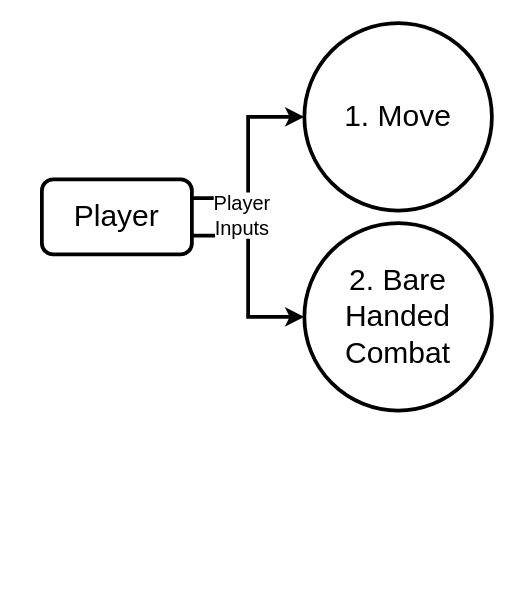
This is Pictures/dataflow/1.3.4.3.drawio from FM-Man/SPL_2, a draw.io file, before an edit. Source tidied: cells renumbered, new cells numbered last; positions are measured from the earlier drawing's top-left corner, leaving out a move shared by most shapes. Both pictures are drawn from the tidied source at 125%, with x=0, y=0 at pixel (41, 22).
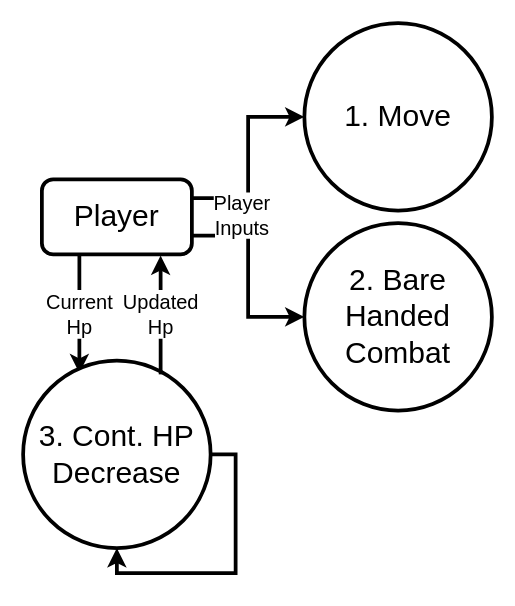
The same diagram, later.

The edit, as a diff of the source:
```diff
@@
 <mxGraphModel>
   <root>
     <mxCell id="0" />
     <mxCell id="1" parent="0" />
     <mxCell id="2" value="&lt;div&gt;1. Move&lt;/div&gt;" style="ellipse;whiteSpace=wrap;html=1;fontSize=24;strokeWidth=3;" parent="1" vertex="1">
       <mxGeometry x="210" width="150" height="150" as="geometry" />
     </mxCell>
     <mxCell id="3" style="edgeStyle=orthogonalEdgeStyle;rounded=0;jettySize=auto;html=1;exitX=1;exitY=0.25;exitDx=0;exitDy=0;entryX=0;entryY=0.5;entryDx=0;entryDy=0;strokeWidth=3;" parent="1" edge="1" source="5" target="2">
       <mxGeometry relative="1" as="geometry" />
     </mxCell>
     <mxCell id="4" style="edgeStyle=orthogonalEdgeStyle;rounded=0;jettySize=auto;html=1;exitX=1;exitY=0.75;exitDx=0;exitDy=0;entryX=0;entryY=0.5;entryDx=0;entryDy=0;strokeWidth=3;" parent="1" edge="1" source="5" target="6">
       <mxGeometry relative="1" as="geometry" />
     </mxCell>
+    <mxCell id="8" value="&lt;div&gt;Current&lt;/div&gt;&lt;div&gt;Hp&lt;/div&gt;" style="edgeStyle=orthogonalEdgeStyle;rounded=0;jettySize=auto;html=1;exitX=0.25;exitY=1;exitDx=0;exitDy=0;entryX=0.3;entryY=0.067;entryDx=0;entryDy=0;entryPerimeter=0;fontSize=16;strokeWidth=3;" parent="1" edge="1" source="5" target="9">
+      <mxGeometry relative="1" as="geometry" />
+    </mxCell>
     <mxCell id="5" value="&lt;font style=&quot;font-size: 24px&quot;&gt;Player&lt;/font&gt;" style="rounded=1;whiteSpace=wrap;html=1;strokeWidth=3;" parent="1" vertex="1">
       <mxGeometry y="125" width="120" height="60" as="geometry" />
     </mxCell>
     <mxCell id="6" value="&lt;div&gt;2. Bare Handed Combat&lt;br&gt;&lt;/div&gt;" style="ellipse;whiteSpace=wrap;html=1;fontSize=24;strokeWidth=3;" parent="1" vertex="1">
       <mxGeometry x="210" y="160" width="150" height="150" as="geometry" />
     </mxCell>
     <mxCell id="7" value="&lt;div style=&quot;font-size: 16px&quot;&gt;&lt;font style=&quot;font-size: 16px&quot;&gt;&lt;span style=&quot;background-color: rgb(255 , 255 , 255)&quot;&gt;Player&lt;/span&gt;&lt;/font&gt;&lt;/div&gt;&lt;div style=&quot;font-size: 16px&quot;&gt;&lt;font style=&quot;font-size: 16px&quot;&gt;&lt;span style=&quot;background-color: rgb(255 , 255 , 255)&quot;&gt;Inputs&lt;/span&gt;&lt;/font&gt;&lt;br&gt;&lt;/div&gt;" style="text;html=1;align=center;verticalAlign=middle;strokeColor=none;fillColor=none;" parent="1" vertex="1">
       <mxGeometry x="130" y="139" width="60" height="30" as="geometry" />
     </mxCell>
+    <mxCell id="9" value="&lt;div&gt;3. Cont. HP Decrease&lt;br&gt;&lt;/div&gt;" style="ellipse;whiteSpace=wrap;html=1;fontSize=24;strokeWidth=3;" parent="1" vertex="1">
+      <mxGeometry x="-15" y="270" width="150" height="150" as="geometry" />
+    </mxCell>
+    <mxCell id="10" style="edgeStyle=orthogonalEdgeStyle;rounded=0;orthogonalLoop=1;jettySize=auto;html=1;exitX=1;exitY=0.5;exitDx=0;exitDy=0;strokeWidth=3;" parent="1" edge="1" source="9" target="9">
+      <mxGeometry relative="1" as="geometry" />
+    </mxCell>
+    <mxCell id="11" value="&lt;div&gt;Updated&lt;/div&gt;&lt;div&gt;Hp&lt;/div&gt;" style="edgeStyle=orthogonalEdgeStyle;rounded=0;orthogonalLoop=1;jettySize=auto;html=1;exitX=0.25;exitY=1;exitDx=0;exitDy=0;entryX=0.3;entryY=0.067;entryDx=0;entryDy=0;entryPerimeter=0;fontSize=16;strokeWidth=3;" parent="1" edge="1">
+      <mxGeometry relative="1" as="geometry">
+        <mxPoint x="95" y="281" as="sourcePoint" />
+        <mxPoint x="95" y="186" as="targetPoint" />
+      </mxGeometry>
+    </mxCell>
   </root>
 </mxGraphModel>
```
